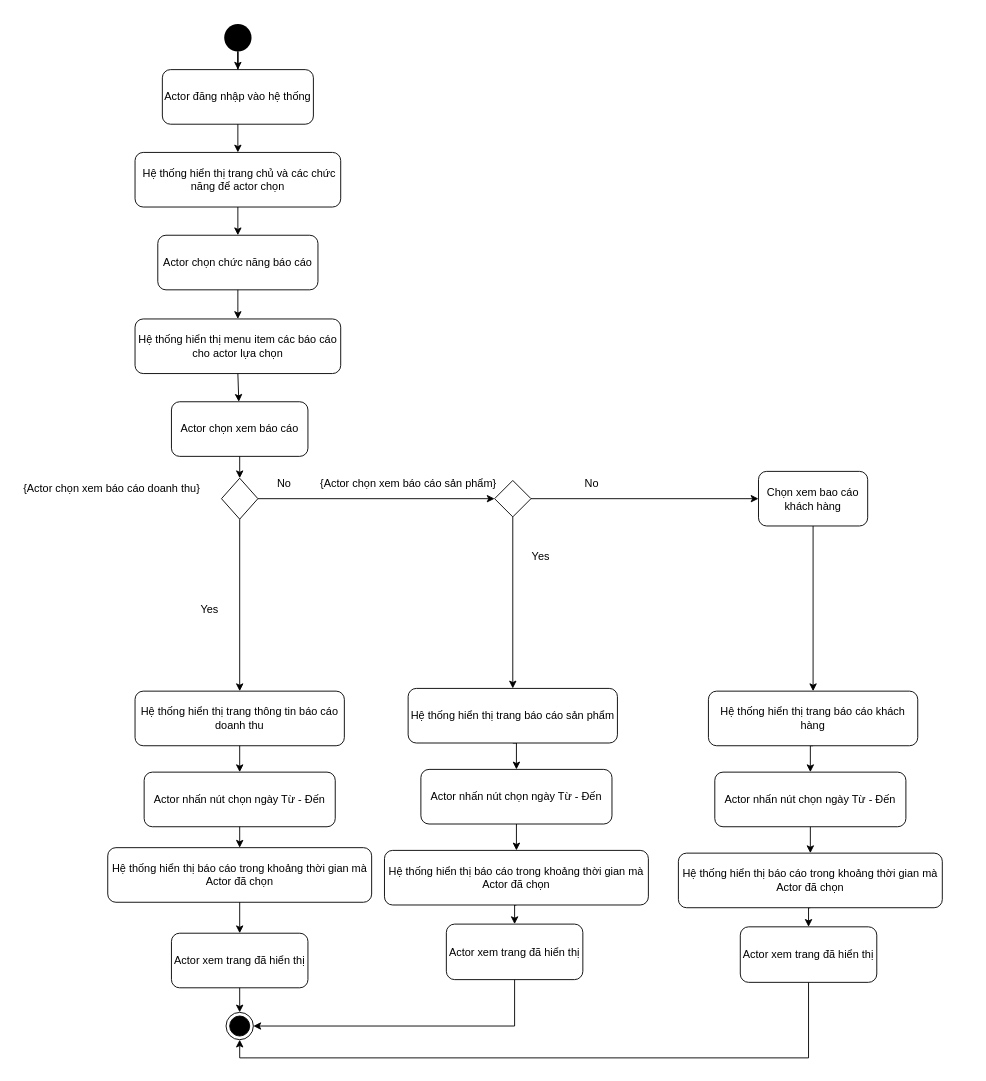
Before: Thiết kế/Activity/Báo cáo.drawio in CNPM-Team-1/CNPM, a draw.io diagram. Source tidied: cells renumbered, new cells numbered last; positions are measured from the earlier drawing's top-left corner, leaving out a move shared by most shapes. Both pictures are drawn from the tidied source at 91%, with x=0, y=0 at pixel (16, 24).
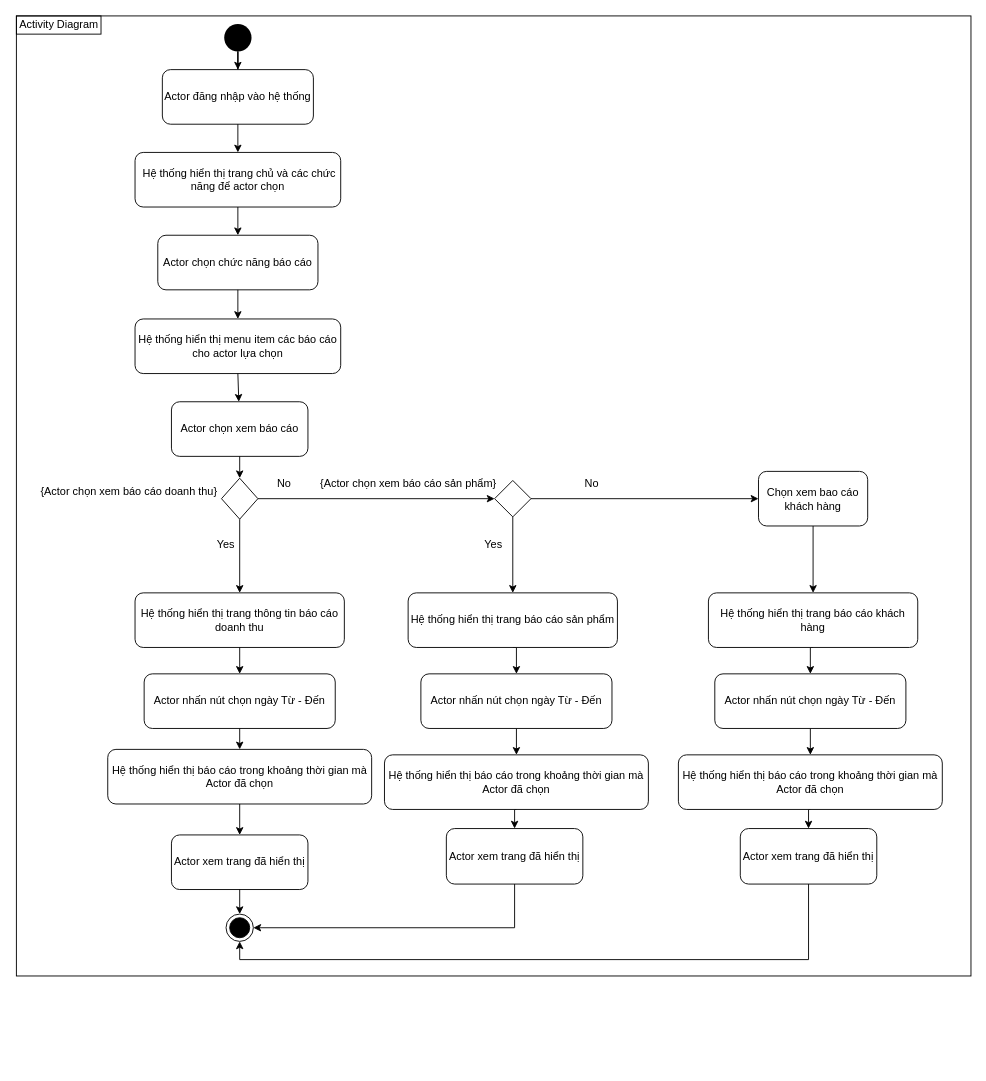
The same diagram, later.

The edit, as a diff of the source:
```diff
@@
+    <mxCell id="53" style="rounded=0;whiteSpace=wrap;html=1;fillColor=none;" parent="1" vertex="1">
+      <mxGeometry x="-0.5" y="-9" width="1049" height="1055" as="geometry" />
+    </mxCell>
@@
     <mxCell id="4" style="ellipse;html=1;shape=endState;fillColor=#000000;strokeColor=#000000;" parent="1" vertex="1">
-      <mxGeometry x="229.9" y="1086" width="30" height="30" as="geometry" />
+      <mxGeometry x="229.9" y="978" width="30" height="30" as="geometry" />
     </mxCell>
@@
     <mxCell id="23" value="Hệ thống hiển thị trang thông tin báo cáo doanh thu" style="rounded=1;whiteSpace=wrap;html=1;" parent="1" vertex="1">
-      <mxGeometry x="129.9" y="733" width="230" height="60" as="geometry" />
+      <mxGeometry x="129.9" y="625" width="230" height="60" as="geometry" />
     </mxCell>
     <mxCell id="24" value="Actor xem trang đã hiển thị" style="rounded=1;whiteSpace=wrap;html=1;" parent="1" vertex="1">
-      <mxGeometry x="169.9" y="999" width="150" height="60" as="geometry" />
+      <mxGeometry x="169.9" y="891" width="150" height="60" as="geometry" />
     </mxCell>
     <mxCell id="25" value="Actor nhấn nút chọn ngày Từ - Đến" style="rounded=1;whiteSpace=wrap;html=1;" parent="1" vertex="1">
-      <mxGeometry x="139.9" y="822" width="210" height="60" as="geometry" />
+      <mxGeometry x="139.9" y="714" width="210" height="60" as="geometry" />
     </mxCell>
@@
     <mxCell id="27" value="Hệ thống hiển thị báo cáo trong khoảng thời gian mà Actor đã chọn" style="rounded=1;whiteSpace=wrap;html=1;" parent="1" vertex="1">
-      <mxGeometry x="99.9" y="905" width="290" height="60" as="geometry" />
+      <mxGeometry x="99.9" y="797" width="290" height="60" as="geometry" />
     </mxCell>
@@
     <mxCell id="32" value="Yes" style="text;html=1;strokeColor=none;fillColor=none;align=center;verticalAlign=middle;whiteSpace=wrap;rounded=0;" parent="1" vertex="1">
-      <mxGeometry x="192" y="634" width="40" height="20" as="geometry" />
+      <mxGeometry x="210" y="562" width="40" height="20" as="geometry" />
     </mxCell>
     <mxCell id="33" value="Yes" style="text;html=1;strokeColor=none;fillColor=none;align=center;verticalAlign=middle;whiteSpace=wrap;rounded=0;" parent="1" vertex="1">
-      <mxGeometry x="556" y="580" width="40" height="10" as="geometry" />
+      <mxGeometry x="504" y="567" width="40" height="10" as="geometry" />
     </mxCell>
@@
     <mxCell id="37" value="Actor xem trang đã hiển thị" style="rounded=1;whiteSpace=wrap;html=1;" parent="1" vertex="1">
-      <mxGeometry x="472" y="989" width="150" height="61" as="geometry" />
+      <mxGeometry x="472" y="884" width="150" height="61" as="geometry" />
     </mxCell>
@@
     <mxCell id="39" value="Actor nhấn nút chọn ngày Từ - Đến" style="rounded=1;whiteSpace=wrap;html=1;" parent="1" vertex="1">
-      <mxGeometry x="444" y="819" width="210" height="60" as="geometry" />
+      <mxGeometry x="444" y="714" width="210" height="60" as="geometry" />
     </mxCell>
@@
     <mxCell id="41" value="Hệ thống hiển thị báo cáo trong khoảng thời gian mà Actor đã chọn" style="rounded=1;whiteSpace=wrap;html=1;" parent="1" vertex="1">
-      <mxGeometry x="404" y="908" width="290" height="60" as="geometry" />
+      <mxGeometry x="404" y="803" width="290" height="60" as="geometry" />
     </mxCell>
@@
     <mxCell id="43" value="Hệ thống hiển thị trang báo cáo sản phẩm" style="rounded=1;whiteSpace=wrap;html=1;" parent="1" vertex="1">
-      <mxGeometry x="430" y="730" width="230" height="60" as="geometry" />
+      <mxGeometry x="430" y="625" width="230" height="60" as="geometry" />
     </mxCell>
     <mxCell id="44" value="{Actor chọn xem báo cáo doanh thu}" style="text;html=1;strokeColor=none;fillColor=none;align=center;verticalAlign=middle;whiteSpace=wrap;rounded=0;" parent="1" vertex="1">
-      <mxGeometry y="501" width="209" height="20" as="geometry" />
+      <mxGeometry x="18.9" y="504" width="209" height="20" as="geometry" />
     </mxCell>
@@
     <mxCell id="46" value="Actor xem trang đã hiển thị" style="rounded=1;whiteSpace=wrap;html=1;" parent="1" vertex="1">
-      <mxGeometry x="795" y="992" width="150" height="61" as="geometry" />
+      <mxGeometry x="795" y="884" width="150" height="61" as="geometry" />
     </mxCell>
@@
     <mxCell id="48" value="Actor nhấn nút chọn ngày Từ - Đến" style="rounded=1;whiteSpace=wrap;html=1;" parent="1" vertex="1">
-      <mxGeometry x="767" y="822" width="210" height="60" as="geometry" />
+      <mxGeometry x="767" y="714" width="210" height="60" as="geometry" />
     </mxCell>
@@
     <mxCell id="50" value="Hệ thống hiển thị báo cáo trong khoảng thời gian mà Actor đã chọn" style="rounded=1;whiteSpace=wrap;html=1;" parent="1" vertex="1">
-      <mxGeometry x="727" y="911" width="290" height="60" as="geometry" />
+      <mxGeometry x="727" y="803" width="290" height="60" as="geometry" />
     </mxCell>
@@
     <mxCell id="52" value="Hệ thống hiển thị trang báo cáo khách hàng" style="rounded=1;whiteSpace=wrap;html=1;" parent="1" vertex="1">
-      <mxGeometry x="760" y="733" width="230" height="60" as="geometry" />
+      <mxGeometry x="760" y="625" width="230" height="60" as="geometry" />
     </mxCell>
+    <mxCell id="54" value="Activity Diagram" style="rounded=0;whiteSpace=wrap;html=1;fillColor=none;" parent="1" vertex="1">
+      <mxGeometry x="-0.5" y="-9" width="93" height="20" as="geometry" />
+    </mxCell>
```
